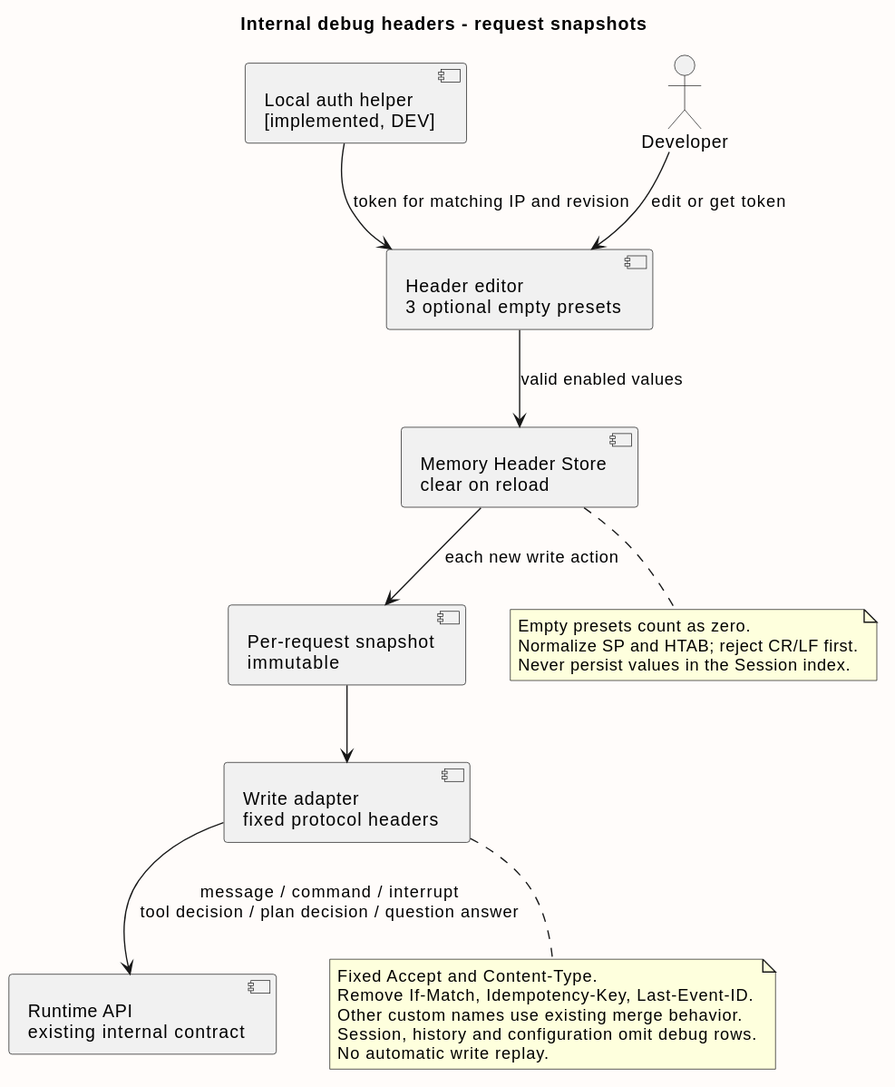
This is 01-总体架构/04-CampusClaw前端体验/frontend_debug_header_flow.svg from ssm0808/pi-mono-java-design, a PlantUML export, as it was before one commit.
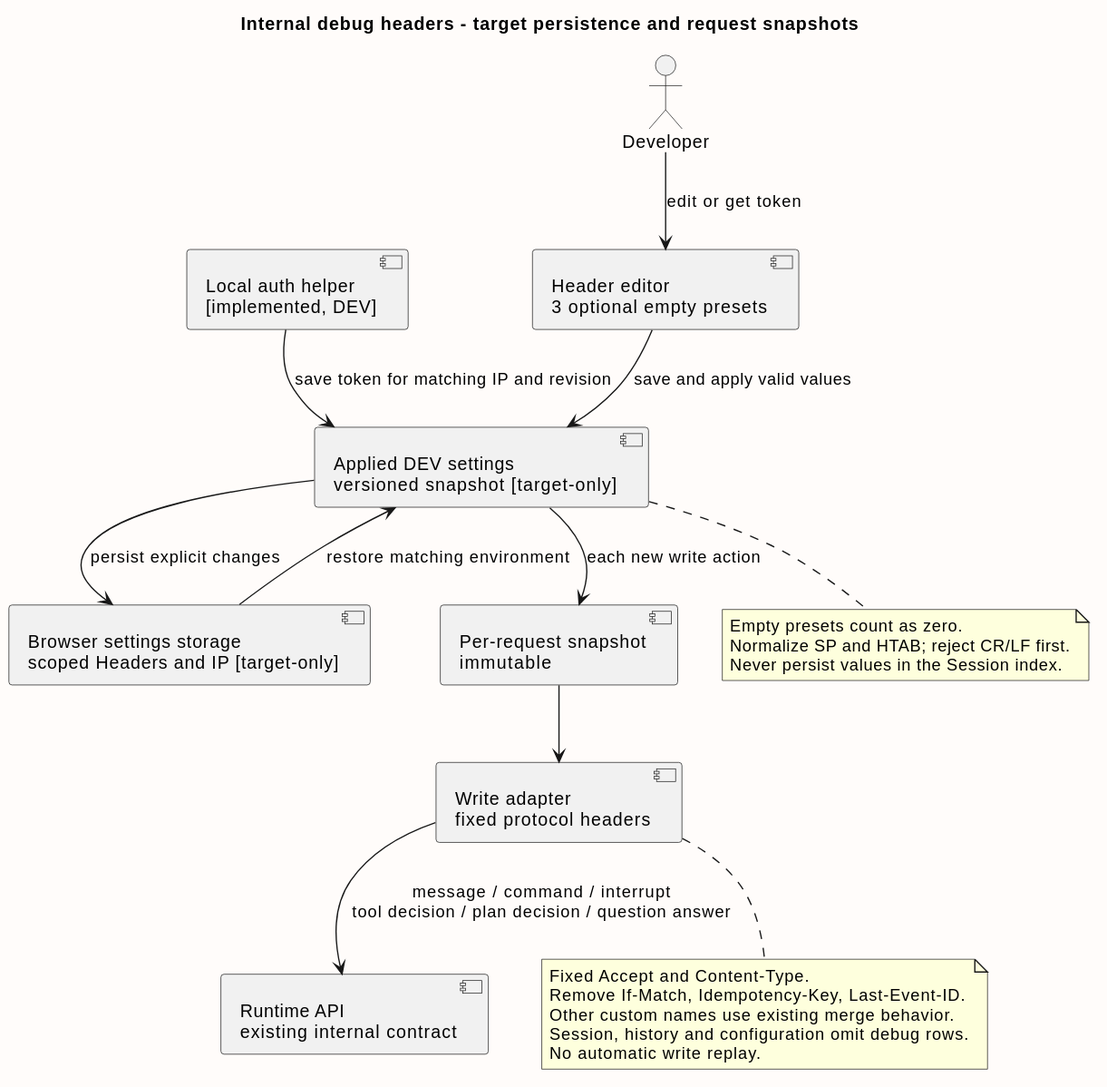
After the change.

Diff of the diagram source:
```diff
@@ -1,18 +1,21 @@
 @startuml
-title Internal debug headers - request snapshots
+title Internal debug headers - target persistence and request snapshots
 top to bottom direction
 skinparam backgroundColor #FFFCFA
 skinparam shadowing false
 component "Header editor\n3 optional empty presets" as Editor
-component "Memory Header Store\nclear on reload" as Store
+component "Applied DEV settings\nversioned snapshot [target-only]" as Store
+component "Browser settings storage\nscoped Headers and IP [target-only]" as ConfigStorage
 component "Per-request snapshot\nimmutable" as Snapshot
 component "Write adapter\nfixed protocol headers" as Adapter
 component "Runtime API\nexisting internal contract" as Runtime
 component "Local auth helper\n[implemented, DEV]" as Auth
 actor Developer
 Developer --> Editor : edit or get token
-Auth --> Editor : token for matching IP and revision
-Editor --> Store : valid enabled values
+Auth --> Store : save token for matching IP and revision
+Editor --> Store : save and apply valid values
+Store --> ConfigStorage : persist explicit changes
+ConfigStorage --> Store : restore matching environment
 Store --> Snapshot : each new write action
 Snapshot --> Adapter
 Adapter --> Runtime : message / command / interrupt\ntool decision / plan decision / question answer
```
